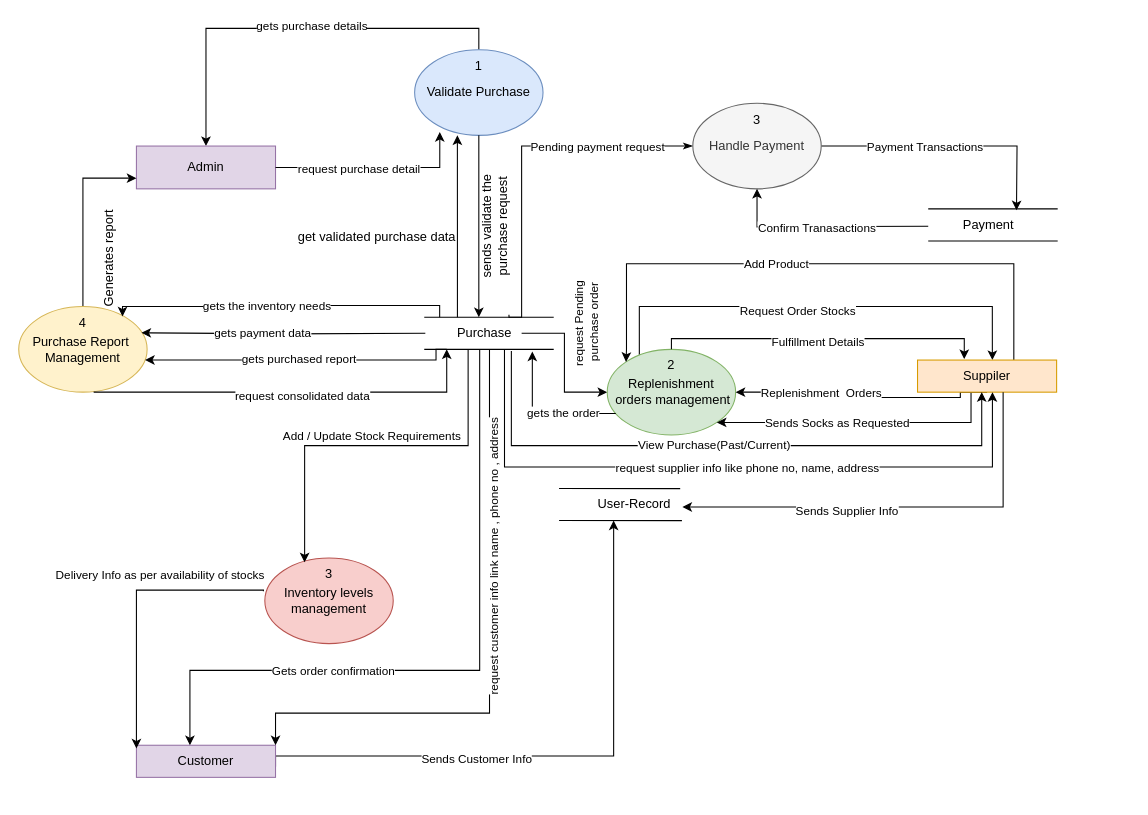
pawal-karki/DRAW.IO keeps this draw.io diagram as Payment level 1.drawio. Above is the earlier version. Source tidied: cells renumbered, new cells numbered last; positions are measured from the earlier drawing's top-left corner, leaving out a move shared by most shapes. Both pictures are drawn from the tidied source at 107%, with x=0, y=0 at pixel (-3, 49).
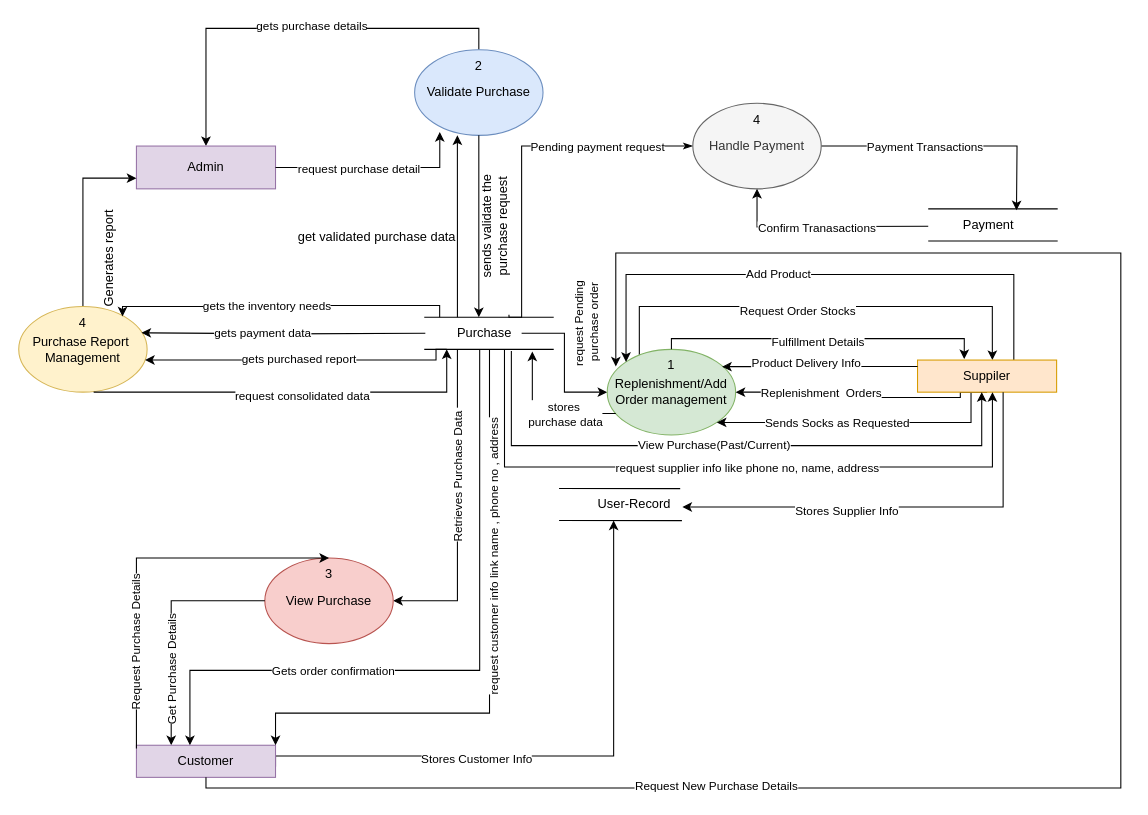
The same diagram, later.

The change refers to these unchanged cells:
```xml
<mxCell id="14" value="Purchase" style="text;html=1;align=center;verticalAlign=middle;points=[];strokeColor=none;fillColor=none;" parent="1" vertex="1">
  <mxGeometry x="420" y="250" width="70" height="30" as="geometry" />
</mxCell>
<mxCell id="22" style="edgeStyle=orthogonalEdgeStyle;rounded=0;orthogonalLoop=1;jettySize=auto;html=1;" parent="1" edge="1">
  <mxGeometry relative="1" as="geometry">
    <mxPoint x="260" y="670" as="sourcePoint" />
    <mxPoint x="576" y="440" as="targetPoint" />
    <Array as="points">
      <mxPoint x="300" y="660" />
      <mxPoint x="576" y="660" />
      <mxPoint x="576" y="470" />
    </Array>
  </mxGeometry>
</mxCell>
<mxCell id="33" value="Customer" style="rounded=0;whiteSpace=wrap;html=1;fillColor=#e1d5e7;strokeColor=#9673a6;" parent="1" vertex="1">
  <mxGeometry x="130" y="650" width="130" height="30" as="geometry" />
</mxCell>
<mxCell id="34" style="edgeStyle=orthogonalEdgeStyle;rounded=0;jettySize=auto;html=1;startArrow=classic;startFill=1;endArrow=none;endFill=0;entryX=0.44;entryY=1;entryDx=0;entryDy=0;entryPerimeter=0;" parent="1" edge="1" source="33" target="14">
  <mxGeometry relative="1" as="geometry">
    <Array as="points">
      <mxPoint x="180" y="580" />
      <mxPoint x="451" y="580" />
    </Array>
  </mxGeometry>
</mxCell>
<mxCell id="49" value="Suppiler" style="rounded=0;whiteSpace=wrap;html=1;fillColor=#ffe6cc;strokeColor=#d79b00;" parent="1" vertex="1">
  <mxGeometry x="860" y="290" width="130" height="30" as="geometry" />
</mxCell>
<mxCell id="50" style="edgeStyle=orthogonalEdgeStyle;rounded=0;jettySize=auto;html=1;" parent="1" edge="1" source="40">
  <mxGeometry relative="1" as="geometry">
    <mxPoint x="500" y="282" as="targetPoint" />
    <Array as="points">
      <mxPoint x="500" y="340" />
    </Array>
  </mxGeometry>
</mxCell>
<mxCell id="55" style="edgeStyle=orthogonalEdgeStyle;rounded=0;jettySize=auto;html=1;entryX=1.003;entryY=0.578;entryDx=0;entryDy=0;entryPerimeter=0;" parent="1" edge="1" source="49" target="52">
  <mxGeometry relative="1" as="geometry">
    <Array as="points">
      <mxPoint x="940" y="427" />
    </Array>
  </mxGeometry>
</mxCell>
<mxCell id="67" value="3" style="text;html=1;align=center;verticalAlign=middle;whiteSpace=wrap;rounded=0;" parent="1" vertex="1">
  <mxGeometry x="280" y="475" width="60" height="30" as="geometry" />
</mxCell>
```

Change to the diagram source:
```diff
@@
+    <mxCell id="31" style="edgeStyle=orthogonalEdgeStyle;rounded=0;jettySize=auto;html=1;" parent="1" edge="1" source="14" target="24">
+      <mxGeometry relative="1" as="geometry">
+        <Array as="points">
+          <mxPoint x="430" y="515" />
+        </Array>
+      </mxGeometry>
+    </mxCell>
+    <mxCell id="78" value="Retrieves Purchase Data&amp;nbsp;" style="edgeLabel;html=1;align=center;verticalAlign=middle;rotation=-90;" parent="31" vertex="1">
+      <mxGeometry x="-0.15" y="-3" relative="1" as="geometry">
+        <mxPoint x="3" y="-6" as="offset" />
+      </mxGeometry>
+    </mxCell>
@@
-    <mxCell id="23" value="Sends Customer Info" style="edgeLabel;html=1;align=center;verticalAlign=middle;" parent="22" vertex="1">
+    <mxCell id="23" value="Stores Customer Info" style="edgeLabel;html=1;align=center;verticalAlign=middle;" parent="22" vertex="1">
       <mxGeometry x="-0.28" y="-2" relative="1" as="geometry" />
     </mxCell>
-    <mxCell id="24" value="Inventory levels management" style="ellipse;whiteSpace=wrap;html=1;fillColor=#f8cecc;strokeColor=#b85450;" parent="1" vertex="1">
+    <mxCell id="24" value="View Purchase" style="ellipse;whiteSpace=wrap;html=1;fillColor=#f8cecc;strokeColor=#b85450;" parent="1" vertex="1">
       <mxGeometry x="250" y="475" width="120" height="80" as="geometry" />
     </mxCell>
@@
-    <mxCell id="31" style="edgeStyle=orthogonalEdgeStyle;rounded=0;jettySize=auto;html=1;entryX=0.31;entryY=0.051;entryDx=0;entryDy=0;entryPerimeter=0;" parent="1" edge="1" source="14" target="24">
-      <mxGeometry relative="1" as="geometry">
-        <Array as="points">
-          <mxPoint x="440" y="370" />
-          <mxPoint x="287" y="370" />
-        </Array>
-      </mxGeometry>
-    </mxCell>
-    <mxCell id="32" value="Add / Update Stock Requirements" style="edgeLabel;html=1;align=center;verticalAlign=middle;" parent="31" vertex="1">
-      <mxGeometry x="0.12" y="1" relative="1" as="geometry">
-        <mxPoint x="16" y="-11" as="offset" />
-      </mxGeometry>
-    </mxCell>
+    <mxCell id="79" style="edgeStyle=orthogonalEdgeStyle;rounded=0;jettySize=auto;html=1;exitX=0.25;exitY=0;exitDx=0;exitDy=0;entryX=0;entryY=0.5;entryDx=0;entryDy=0;startArrow=classic;startFill=1;endArrow=none;endFill=0;" parent="1" edge="1" source="33" target="24">
+      <mxGeometry relative="1" as="geometry" />
+    </mxCell>
+    <mxCell id="80" value="Get Purchase Details" style="edgeLabel;html=1;align=center;verticalAlign=middle;rotation=-90;" parent="79" vertex="1">
+      <mxGeometry x="-0.17" relative="1" as="geometry">
+        <mxPoint y="22" as="offset" />
+      </mxGeometry>
+    </mxCell>
@@
-    <mxCell id="36" value="Delivery Info as per availability of stocks" style="edgeLabel;html=1;align=center;verticalAlign=middle;rotation=0;" parent="34" vertex="1">
-      <mxGeometry x="-0.32" relative="1" as="geometry">
-        <mxPoint x="-177" y="-90" as="offset" />
-      </mxGeometry>
-    </mxCell>
-    <mxCell id="37" style="edgeStyle=orthogonalEdgeStyle;rounded=0;jettySize=auto;html=1;exitX=0.75;exitY=0;exitDx=0;exitDy=0;entryX=-0.011;entryY=0.389;entryDx=0;entryDy=0;entryPerimeter=0;startArrow=classic;startFill=1;endArrow=none;endFill=0;" parent="1" edge="1" target="24">
+    <mxCell id="37" style="edgeStyle=orthogonalEdgeStyle;rounded=0;jettySize=auto;html=1;exitX=0.75;exitY=0;exitDx=0;exitDy=0;entryX=0.5;entryY=0;entryDx=0;entryDy=0;startArrow=none;startFill=0;endArrow=classic;endFill=1;" parent="1" edge="1" target="67">
       <mxGeometry relative="1" as="geometry">
         <mxPoint x="130" y="653" as="sourcePoint" />
         <Array as="points">
-          <mxPoint x="130" y="505" />
-          <mxPoint x="249" y="505" />
+          <mxPoint x="130" y="475" />
         </Array>
       </mxGeometry>
     </mxCell>
+    <mxCell id="81" value="Request Purchase Details" style="edgeLabel;html=1;align=center;verticalAlign=middle;rotation=-90;" parent="37" vertex="1">
+      <mxGeometry x="0.46" y="2" relative="1" as="geometry">
+        <mxPoint x="-84" y="82" as="offset" />
+      </mxGeometry>
+    </mxCell>
@@
-    <mxCell id="40" value="Replenishment&lt;div&gt;&amp;nbsp;orders management&lt;/div&gt;" style="ellipse;whiteSpace=wrap;html=1;fillColor=#d5e8d4;strokeColor=#82b366;" parent="1" vertex="1">
+    <mxCell id="40" value="Replenishment/Add&lt;div&gt;&lt;span style=&quot;background-color: initial;&quot;&gt;Order management&lt;/span&gt;&lt;/div&gt;" style="ellipse;whiteSpace=wrap;html=1;fillColor=#d5e8d4;strokeColor=#82b366;" parent="1" vertex="1">
       <mxGeometry x="570" y="280" width="120" height="80" as="geometry" />
     </mxCell>
@@
     <mxCell id="47" style="edgeStyle=orthogonalEdgeStyle;rounded=0;jettySize=auto;html=1;entryX=0;entryY=0;entryDx=0;entryDy=0;" parent="1" edge="1" source="49" target="40">
       <mxGeometry relative="1" as="geometry">
         <Array as="points">
-          <mxPoint x="950" y="200" />
-          <mxPoint x="588" y="200" />
-          <mxPoint x="588" y="280" />
+          <mxPoint x="950" y="210" />
+          <mxPoint x="588" y="210" />
         </Array>
       </mxGeometry>
     </mxCell>
@@
-    <mxCell id="51" value="gets the order" style="edgeLabel;html=1;align=center;verticalAlign=middle;" parent="50" vertex="1">
-      <mxGeometry x="-0.27" y="-1" relative="1" as="geometry" />
+    <mxCell id="51" value="stores&amp;nbsp;&lt;div&gt;purchase data&lt;/div&gt;" style="edgeLabel;html=1;align=center;verticalAlign=middle;" parent="50" vertex="1">
+      <mxGeometry x="-0.27" y="-1" relative="1" as="geometry">
+        <mxPoint x="2" y="1" as="offset" />
+      </mxGeometry>
     </mxCell>
@@
-    <mxCell id="56" value="Sends Supplier Info" style="edgeLabel;html=1;align=center;verticalAlign=middle;" parent="55" vertex="1">
+    <mxCell id="56" value="Stores Supplier Info" style="edgeLabel;html=1;align=center;verticalAlign=middle;" parent="55" vertex="1">
       <mxGeometry x="0.25" y="3" relative="1" as="geometry" />
     </mxCell>
@@
-    <mxCell id="66" value="1" style="text;html=1;align=center;verticalAlign=middle;whiteSpace=wrap;rounded=0;" parent="1" vertex="1">
+    <mxCell id="66" value="2" style="text;html=1;align=center;verticalAlign=middle;whiteSpace=wrap;rounded=0;" parent="1" vertex="1">
       <mxGeometry x="420" width="60" height="30" as="geometry" />
     </mxCell>
@@
-    <mxCell id="68" value="2" style="text;html=1;align=center;verticalAlign=middle;whiteSpace=wrap;rounded=0;" parent="1" vertex="1">
+    <mxCell id="68" value="1" style="text;html=1;align=center;verticalAlign=middle;whiteSpace=wrap;rounded=0;" parent="1" vertex="1">
       <mxGeometry x="600" y="280" width="60" height="30" as="geometry" />
     </mxCell>
-    <mxCell id="69" value="3" style="text;html=1;align=center;verticalAlign=middle;whiteSpace=wrap;rounded=0;" parent="1" vertex="1">
+    <mxCell id="69" value="4" style="text;html=1;align=center;verticalAlign=middle;whiteSpace=wrap;rounded=0;" parent="1" vertex="1">
       <mxGeometry x="680" y="51" width="60" height="30" as="geometry" />
     </mxCell>
@@
+    <mxCell id="82" style="edgeStyle=orthogonalEdgeStyle;rounded=0;jettySize=auto;html=1;entryX=0.895;entryY=0.202;entryDx=0;entryDy=0;entryPerimeter=0;" parent="1" edge="1" source="49" target="40">
+      <mxGeometry relative="1" as="geometry">
+        <Array as="points">
+          <mxPoint x="810" y="296" />
+          <mxPoint x="810" y="296" />
+        </Array>
+      </mxGeometry>
+    </mxCell>
+    <mxCell id="83" value="Product Delivery Info" style="edgeLabel;html=1;align=center;verticalAlign=middle;" parent="82" vertex="1">
+      <mxGeometry x="0.14" y="-4" relative="1" as="geometry" />
+    </mxCell>
+    <mxCell id="84" style="edgeStyle=orthogonalEdgeStyle;rounded=0;jettySize=auto;html=1;entryX=0.067;entryY=0.2;entryDx=0;entryDy=0;entryPerimeter=0;" parent="1" edge="1" source="33" target="40">
+      <mxGeometry relative="1" as="geometry">
+        <Array as="points">
+          <mxPoint x="195" y="690" />
+          <mxPoint x="1050" y="690" />
+          <mxPoint x="1050" y="190" />
+          <mxPoint x="578" y="190" />
+        </Array>
+      </mxGeometry>
+    </mxCell>
+    <mxCell id="85" value="Request New Purchase Details" style="edgeLabel;html=1;align=center;verticalAlign=middle;" parent="84" vertex="1">
+      <mxGeometry x="-0.5" y="3" relative="1" as="geometry" />
+    </mxCell>
```
